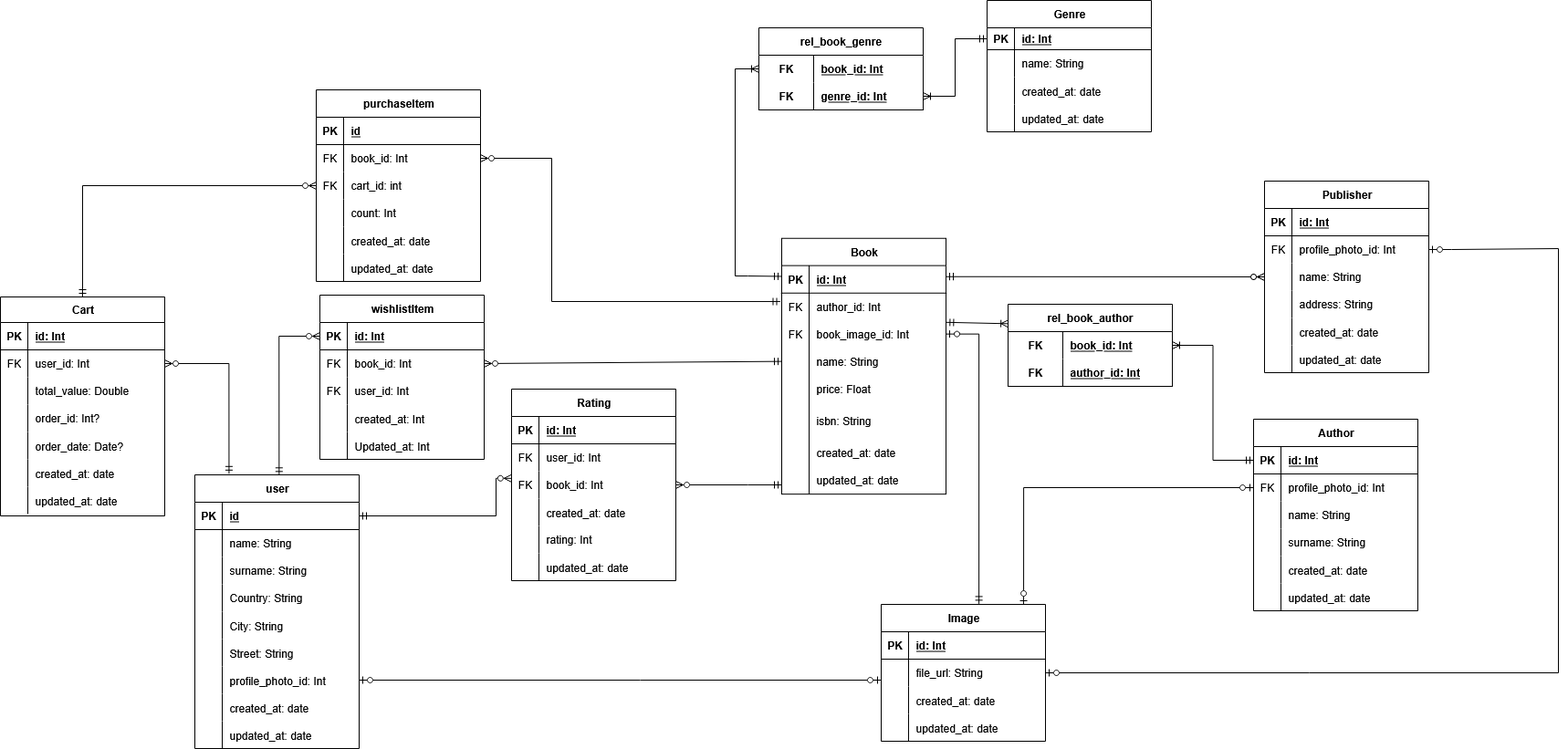
Above: assets/erd.png in Gr-mm56/Bookhub-school-project (draw.io), before the change. Source tidied: cells renumbered, new cells last; positions are measured from the earlier drawing's top-left corner, leaving out a move shared by most shapes.
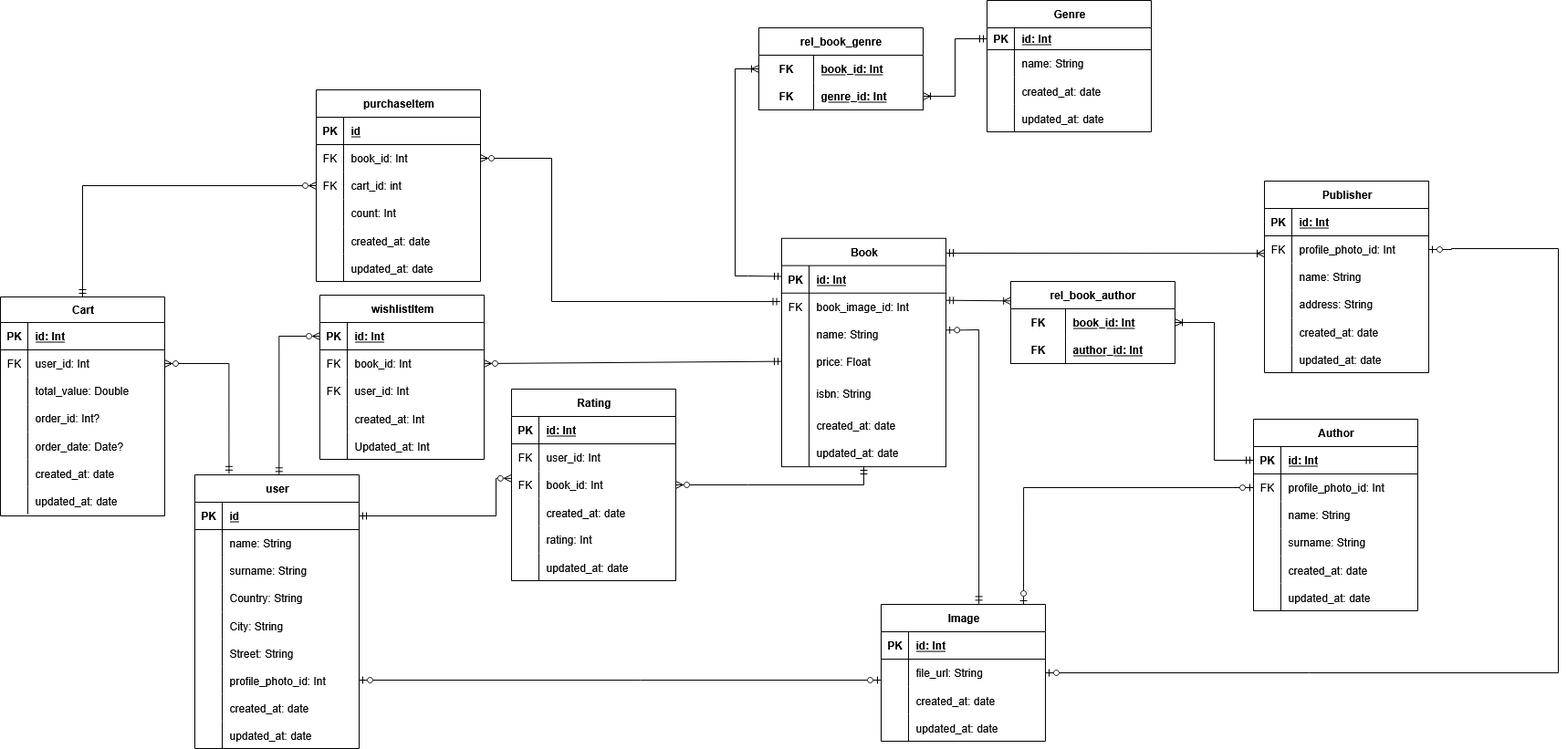
After the commit.

Commit message:
fix: removed forgotten, no longer necessary FK from ER.

Diff of the diagram source:
```diff
@@ -2,15 +2,17 @@
   <root>
     <mxCell id="0" />
     <mxCell id="1" parent="0" />
-    <mxCell id="2" style="edgeStyle=orthogonalEdgeStyle;rounded=0;jettySize=auto;html=1;startArrow=ERmandOne;startFill=0;endArrow=ERzeroToMany;endFill=0;entryX=0;entryY=0.5;entryDx=0;entryDy=0;exitX=1;exitY=0.403;exitDx=0;exitDy=0;exitPerimeter=0;" parent="1" edge="1" source="4" target="67">
+    <mxCell id="2" style="edgeStyle=orthogonalEdgeStyle;rounded=0;orthogonalLoop=1;jettySize=auto;html=1;startArrow=ERmandOne;startFill=0;endArrow=ERoneToMany;endFill=0;entryX=0;entryY=0.5;entryDx=0;entryDy=0;exitX=1;exitY=0.403;exitDx=0;exitDy=0;exitPerimeter=0;" parent="1" edge="1">
       <mxGeometry relative="1" as="geometry">
+        <mxPoint x="1036" y="277" as="sourcePoint" />
+        <mxPoint x="1385" y="277.3" as="targetPoint" />
         <Array as="points">
-          <mxPoint x="1073" y="303" />
+          <mxPoint x="1073" y="277.3" />
         </Array>
       </mxGeometry>
     </mxCell>
     <mxCell id="3" value="Book" style="shape=table;startSize=30;rowLines=0;fontStyle=1;align=center;html=1;" parent="1" vertex="1">
-      <mxGeometry x="856" y="260.6" width="180" height="280.4" as="geometry" />
+      <mxGeometry x="856" y="260.6" width="180" height="250.4" as="geometry" />
     </mxCell>
     <mxCell id="4" style="shape=tableRow;horizontal=0;startSize=0;swimlaneHead=0;swimlaneBody=0;fillColor=none;points=[[0,0.5],[1,0.5]];portConstraint=eastwest;top=0;left=0;right=0;bottom=1;" parent="3" vertex="1">
       <mxGeometry y="30" width="180" height="30" as="geometry" />
@@ -21,17 +23,8 @@
     <mxCell id="6" value="id: Int" style="shape=partialRectangle;fillColor=none;top=0;left=0;bottom=0;right=0;align=left;spacingLeft=6;fontStyle=5;overflow=hidden;whiteSpace=wrap;html=1;" parent="4" vertex="1">
       <mxGeometry x="30" width="150" height="30" as="geometry" />
     </mxCell>
-    <mxCell id="7" style="shape=tableRow;horizontal=0;startSize=0;swimlaneHead=0;swimlaneBody=0;fillColor=none;top=0;left=0;right=0;bottom=0;" parent="3" vertex="1">
-      <mxGeometry y="60" width="180" height="30" as="geometry" />
-    </mxCell>
-    <mxCell id="8" value="FK" style="shape=partialRectangle;fillColor=none;top=0;left=0;bottom=0;right=0;fontStyle=0;overflow=hidden;whiteSpace=wrap;html=1;" parent="7" vertex="1">
-      <mxGeometry width="30" height="30" as="geometry" />
-    </mxCell>
-    <mxCell id="9" value="author_id: Int" style="shape=partialRectangle;fillColor=none;top=0;left=0;bottom=0;right=0;align=left;spacingLeft=6;fontStyle=0;overflow=hidden;whiteSpace=wrap;html=1;" parent="7" vertex="1">
-      <mxGeometry x="30" width="150" height="30" as="geometry" />
-    </mxCell>
     <mxCell id="10" style="shape=tableRow;horizontal=0;startSize=0;swimlaneHead=0;swimlaneBody=0;fillColor=none;points=[[0,0.5],[1,0.5]];portConstraint=eastwest;top=0;left=0;right=0;bottom=0;" parent="3" vertex="1">
-      <mxGeometry y="90" width="180" height="30" as="geometry" />
+      <mxGeometry y="60" width="180" height="30" as="geometry" />
     </mxCell>
     <mxCell id="11" value="FK" style="shape=partialRectangle;fillColor=none;top=0;left=0;bottom=0;right=0;fontStyle=0;overflow=hidden;whiteSpace=wrap;html=1;" parent="10" vertex="1">
       <mxGeometry width="30" height="30" as="geometry" />
@@ -40,7 +33,7 @@
       <mxGeometry x="30" width="150" height="30" as="geometry" />
     </mxCell>
     <mxCell id="13" style="shape=tableRow;horizontal=0;startSize=0;swimlaneHead=0;swimlaneBody=0;fillColor=none;points=[[0,0.5],[1,0.5]];portConstraint=eastwest;top=0;left=0;right=0;bottom=0;" parent="3" vertex="1">
-      <mxGeometry y="120" width="180" height="30" as="geometry" />
+      <mxGeometry y="90" width="180" height="30" as="geometry" />
     </mxCell>
     <mxCell id="14" style="shape=partialRectangle;fillColor=none;top=0;left=0;bottom=0;right=0;overflow=hidden;whiteSpace=wrap;html=1;" parent="13" vertex="1">
       <mxGeometry width="30" height="30" as="geometry" />
@@ -49,7 +42,7 @@
       <mxGeometry x="30" width="150" height="30" as="geometry" />
     </mxCell>
     <mxCell id="16" style="shape=tableRow;horizontal=0;startSize=0;swimlaneHead=0;swimlaneBody=0;fillColor=none;points=[[0,0.5],[1,0.5]];portConstraint=eastwest;top=0;left=0;right=0;bottom=0;" parent="3" vertex="1">
-      <mxGeometry y="150" width="180" height="30" as="geometry" />
+      <mxGeometry y="120" width="180" height="30" as="geometry" />
     </mxCell>
     <mxCell id="17" style="shape=partialRectangle;fillColor=none;top=0;left=0;bottom=0;right=0;overflow=hidden;whiteSpace=wrap;html=1;" parent="16" vertex="1">
       <mxGeometry width="30" height="30" as="geometry" />
@@ -58,7 +51,7 @@
       <mxGeometry x="30" width="150" height="30" as="geometry" />
     </mxCell>
     <mxCell id="19" style="shape=tableRow;horizontal=0;startSize=0;swimlaneHead=0;swimlaneBody=0;fillColor=none;top=0;left=0;right=0;bottom=0;" parent="3" vertex="1">
-      <mxGeometry y="180" width="180" height="40" as="geometry" />
+      <mxGeometry y="150" width="180" height="40" as="geometry" />
     </mxCell>
     <mxCell id="20" style="shape=partialRectangle;fillColor=none;top=0;left=0;bottom=0;right=0;overflow=hidden;" parent="19" vertex="1">
       <mxGeometry width="30" height="40" as="geometry" />
@@ -67,7 +60,7 @@
       <mxGeometry x="30" width="150" height="40" as="geometry" />
     </mxCell>
     <mxCell id="22" style="shape=tableRow;horizontal=0;startSize=0;swimlaneHead=0;swimlaneBody=0;fillColor=none;top=0;left=0;right=0;bottom=0;" parent="3" vertex="1">
-      <mxGeometry y="220" width="180" height="30" as="geometry" />
+      <mxGeometry y="190" width="180" height="30" as="geometry" />
     </mxCell>
     <mxCell id="23" style="shape=partialRectangle;fillColor=none;top=0;left=0;bottom=0;right=0;overflow=hidden;" parent="22" vertex="1">
       <mxGeometry width="30" height="30" as="geometry" />
@@ -76,7 +69,7 @@
       <mxGeometry x="30" width="150" height="30" as="geometry" />
     </mxCell>
     <mxCell id="25" style="shape=tableRow;horizontal=0;startSize=0;swimlaneHead=0;swimlaneBody=0;fillColor=none;top=0;left=0;right=0;bottom=0;" parent="3" vertex="1">
-      <mxGeometry y="250" width="180" height="30" as="geometry" />
+      <mxGeometry y="220" width="180" height="30" as="geometry" />
     </mxCell>
     <mxCell id="26" style="shape=partialRectangle;fillColor=none;top=0;left=0;bottom=0;right=0;overflow=hidden;" parent="25" vertex="1">
       <mxGeometry width="30" height="30" as="geometry" />
@@ -581,10 +574,11 @@
         </Array>
       </mxGeometry>
     </mxCell>
-    <mxCell id="189" style="edgeStyle=orthogonalEdgeStyle;rounded=0;jettySize=auto;html=1;exitX=1;exitY=0.5;exitDx=0;exitDy=0;startArrow=ERzeroToOne;startFill=0;endArrow=ERmandOne;endFill=0;entryX=0.595;entryY=-0.004;entryDx=0;entryDy=0;entryPerimeter=0;" parent="1" edge="1" source="10" target="175">
+    <mxCell id="189" style="edgeStyle=orthogonalEdgeStyle;rounded=0;jettySize=auto;html=1;exitX=1.001;exitY=0.356;exitDx=0;exitDy=0;startArrow=ERzeroToOne;startFill=0;endArrow=ERmandOne;endFill=0;entryX=0.595;entryY=-0.004;entryDx=0;entryDy=0;entryPerimeter=0;exitPerimeter=0;" parent="1" edge="1" source="13" target="175">
       <mxGeometry relative="1" as="geometry">
         <Array as="points">
-          <mxPoint x="1072" y="366" />
+          <mxPoint x="1056" y="361" />
+          <mxPoint x="1072" y="361" />
         </Array>
       </mxGeometry>
     </mxCell>
@@ -690,7 +684,7 @@
       </mxGeometry>
     </mxCell>
     <mxCell id="215" value="rel_book_author" style="shape=table;startSize=30;rowLines=0;fontStyle=1;align=center;html=1;whiteSpace=wrap;" parent="1" vertex="1">
-      <mxGeometry x="1104" y="333" width="180" height="90" as="geometry" />
+      <mxGeometry x="1107" y="308" width="180" height="90" as="geometry" />
     </mxCell>
     <mxCell id="216" style="shape=tableRow;horizontal=0;startSize=0;swimlaneHead=0;swimlaneBody=0;fillColor=none;points=[[0,0.5],[1,0.5]];portConstraint=eastwest;top=0;left=0;right=0;bottom=0;html=1;" parent="215" vertex="1">
       <mxGeometry y="30" width="180" height="30" as="geometry" />
@@ -710,13 +704,13 @@
     <mxCell id="221" value="author_id: Int" style="shape=partialRectangle;fillColor=none;top=0;left=0;bottom=0;right=0;align=left;spacingLeft=6;fontStyle=5;overflow=hidden;html=1;whiteSpace=wrap;" parent="219" vertex="1">
       <mxGeometry x="60" width="120" height="30" as="geometry" />
     </mxCell>
-    <mxCell id="222" style="endArrow=ERoneToMany;html=1;rounded=0;exitX=1.002;exitY=0.073;exitDx=0;exitDy=0;startArrow=ERmandOne;startFill=0;endFill=0;exitPerimeter=0;entryX=0.001;entryY=0.237;entryDx=0;entryDy=0;entryPerimeter=0;" parent="1" edge="1" source="10" target="215">
+    <mxCell id="222" style="endArrow=ERoneToMany;html=1;rounded=0;exitX=1.001;exitY=0.269;exitDx=0;exitDy=0;startArrow=ERmandOne;startFill=0;endFill=0;exitPerimeter=0;entryX=0.001;entryY=0.237;entryDx=0;entryDy=0;entryPerimeter=0;" parent="1" edge="1" source="10" target="215">
       <mxGeometry relative="1" as="geometry" />
     </mxCell>
     <mxCell id="223" style="edgeStyle=orthogonalEdgeStyle;rounded=0;jettySize=auto;html=1;exitX=1;exitY=0.5;exitDx=0;exitDy=0;entryX=0;entryY=0.5;entryDx=0;entryDy=0;endArrow=ERmandOne;endFill=0;startArrow=ERoneToMany;startFill=0;" parent="1" edge="1" source="216" target="29">
       <mxGeometry relative="1" as="geometry" />
     </mxCell>
-    <mxCell id="224" style="endArrow=ERmandOne;html=1;rounded=0;entryX=0;entryY=0.5;entryDx=0;entryDy=0;exitX=1;exitY=0.5;exitDx=0;exitDy=0;endFill=0;startArrow=ERzeroToMany;startFill=0;" parent="1" edge="1" source="134" target="13">
+    <mxCell id="224" style="endArrow=ERmandOne;html=1;rounded=0;entryX=0;entryY=0.5;entryDx=0;entryDy=0;exitX=1;exitY=0.5;exitDx=0;exitDy=0;endFill=0;startArrow=ERzeroToMany;startFill=0;" parent="1" edge="1" source="134" target="16">
       <mxGeometry relative="1" as="geometry" />
     </mxCell>
   </root>
```
